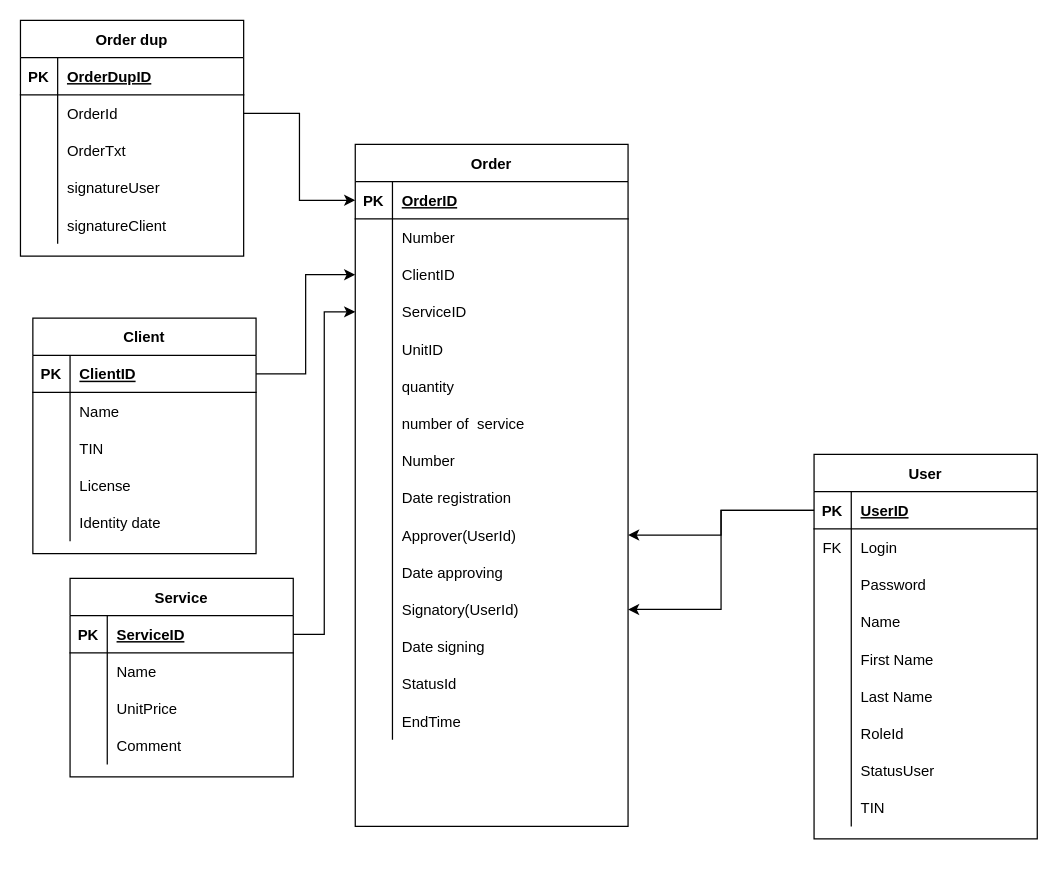
Earlier version of the draw.io diagram page "Aerogeodeziya Order det" (5 of 6) of Untitled Diagram.drawio (Ramizddin/Games). Source tidied: cells renumbered, new cells numbered last; positions are measured from the earlier drawing's top-left corner, leaving out a move shared by most shapes. Both pictures are drawn from the tidied source at 124%, with x=0, y=0 at pixel (20, 20).
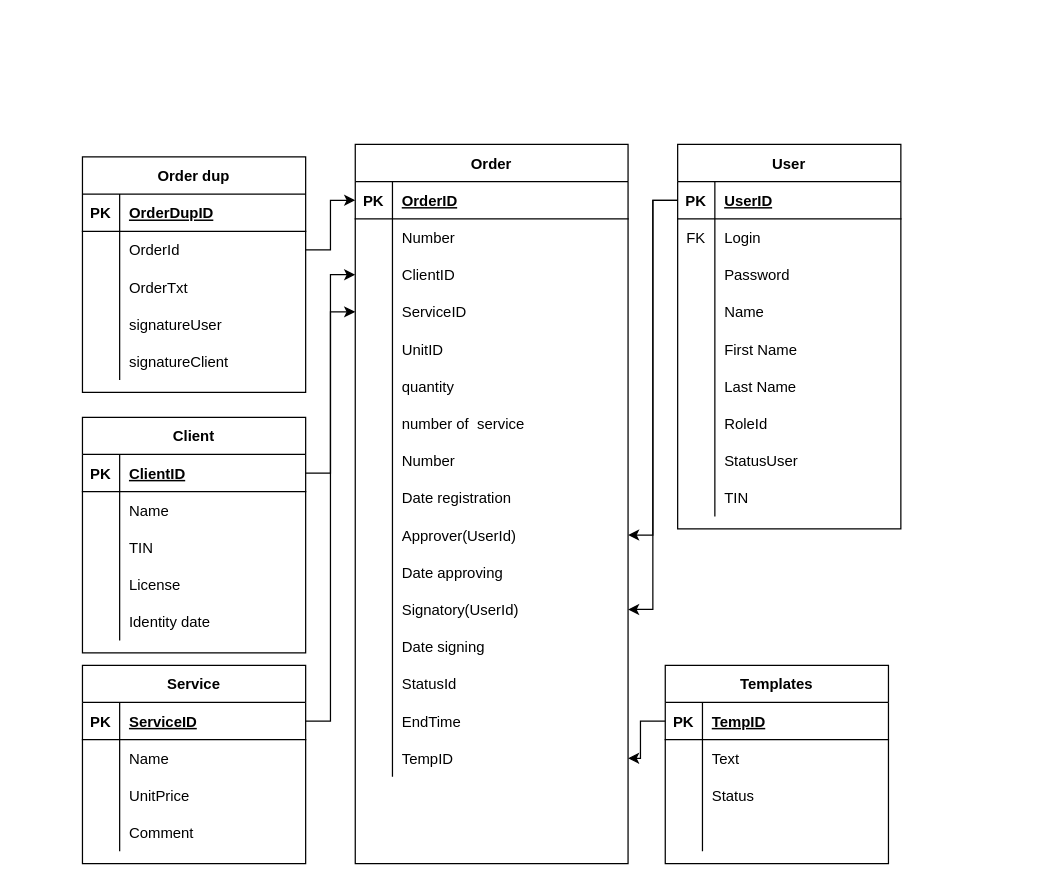
The same page after the edit.

Change to the diagram source:
```diff
@@
     <mxCell id="2" value="Client" style="shape=table;startSize=30;childLayout=tableLayout;rowLines=0;fontStyle=1;align=center;" parent="1" vertex="1">
-      <mxGeometry x="10" y="240" width="180" height="190" as="geometry" />
+      <mxGeometry x="50" y="320" width="180" height="190" as="geometry" />
     </mxCell>
@@
     <mxCell id="18" value="Service" style="shape=table;startSize=30;childLayout=tableLayout;rowLines=0;fontStyle=1;align=center;" parent="1" vertex="1">
-      <mxGeometry x="40" y="450" width="180" height="160" as="geometry" />
+      <mxGeometry x="50" y="520" width="180" height="160" as="geometry" />
     </mxCell>
@@
     <mxCell id="31" value="Order" style="shape=table;startSize=30;childLayout=tableLayout;rowLines=0;fontStyle=1;align=center;" parent="1" vertex="1">
-      <mxGeometry x="270" y="100" width="220" height="550" as="geometry" />
+      <mxGeometry x="270" y="100" width="220" height="580" as="geometry" />
     </mxCell>
@@
+    <mxCell id="126" style="shape=tableRow;horizontal=0;startSize=0;swimlaneHead=0;swimlaneBody=0;fillColor=none;points=[[0,0.5],[1,0.5]];portConstraint=eastwest;top=0;left=0;right=0;bottom=0;" parent="31" vertex="1">
+      <mxGeometry y="480" width="220" height="30" as="geometry" />
+    </mxCell>
+    <mxCell id="127" style="shape=partialRectangle;fillColor=none;top=0;left=0;bottom=0;right=0;overflow=hidden;" parent="126" vertex="1">
+      <mxGeometry width="30" height="30" as="geometry" />
+    </mxCell>
+    <mxCell id="128" value="TempID" style="shape=partialRectangle;fillColor=none;top=0;left=0;bottom=0;right=0;align=left;spacingLeft=6;overflow=hidden;" parent="126" vertex="1">
+      <mxGeometry x="30" width="190" height="30" as="geometry" />
+    </mxCell>
     <mxCell id="77" value="User" style="shape=table;startSize=30;childLayout=tableLayout;rowLines=0;fontStyle=1;align=center;" parent="1" vertex="1">
-      <mxGeometry x="640" y="350" width="180" height="310" as="geometry" />
+      <mxGeometry x="530" y="100" width="180" height="310" as="geometry" />
     </mxCell>
@@
     <mxCell id="105" value="Order dup" style="shape=table;startSize=30;childLayout=tableLayout;rowLines=0;fontStyle=1;align=center;" parent="1" vertex="1">
-      <mxGeometry width="180" height="190" as="geometry" />
+      <mxGeometry x="50" y="110" width="180" height="190" as="geometry" />
     </mxCell>
@@
+    <mxCell id="129" value="Templates" style="shape=table;startSize=30;childLayout=tableLayout;rowLines=0;fontStyle=1;align=center;" parent="1" vertex="1">
+      <mxGeometry x="520" y="520" width="180" height="160" as="geometry" />
+    </mxCell>
+    <mxCell id="130" style="shape=tableRow;horizontal=0;startSize=0;swimlaneHead=0;swimlaneBody=0;fillColor=none;points=[[0,0.5],[1,0.5]];portConstraint=eastwest;top=0;left=0;right=0;bottom=1;" parent="129" vertex="1">
+      <mxGeometry y="30" width="180" height="30" as="geometry" />
+    </mxCell>
+    <mxCell id="131" value="PK" style="shape=partialRectangle;fillColor=none;top=0;left=0;bottom=0;right=0;fontStyle=1;overflow=hidden;" parent="130" vertex="1">
+      <mxGeometry width="30" height="30" as="geometry" />
+    </mxCell>
+    <mxCell id="132" value="TempID" style="shape=partialRectangle;fillColor=none;top=0;left=0;bottom=0;right=0;align=left;spacingLeft=6;fontStyle=5;overflow=hidden;" parent="130" vertex="1">
+      <mxGeometry x="30" width="150" height="30" as="geometry" />
+    </mxCell>
+    <mxCell id="133" style="shape=tableRow;horizontal=0;startSize=0;swimlaneHead=0;swimlaneBody=0;fillColor=none;top=0;left=0;right=0;bottom=0;" parent="129" vertex="1">
+      <mxGeometry y="60" width="180" height="30" as="geometry" />
+    </mxCell>
+    <mxCell id="134" style="shape=partialRectangle;fillColor=none;top=0;left=0;bottom=0;right=0;overflow=hidden;" parent="133" vertex="1">
+      <mxGeometry width="30" height="30" as="geometry" />
+    </mxCell>
+    <mxCell id="135" value="Text" style="shape=partialRectangle;fillColor=none;top=0;left=0;bottom=0;right=0;align=left;spacingLeft=6;overflow=hidden;" parent="133" vertex="1">
+      <mxGeometry x="30" width="150" height="30" as="geometry" />
+    </mxCell>
+    <mxCell id="136" style="shape=tableRow;horizontal=0;startSize=0;swimlaneHead=0;swimlaneBody=0;fillColor=none;top=0;left=0;right=0;bottom=0;" parent="129" vertex="1">
+      <mxGeometry y="90" width="180" height="30" as="geometry" />
+    </mxCell>
+    <mxCell id="137" style="shape=partialRectangle;fillColor=none;top=0;left=0;bottom=0;right=0;overflow=hidden;" parent="136" vertex="1">
+      <mxGeometry width="30" height="30" as="geometry" />
+    </mxCell>
+    <mxCell id="138" value="Status" style="shape=partialRectangle;fillColor=none;top=0;left=0;bottom=0;right=0;align=left;spacingLeft=6;overflow=hidden;" parent="136" vertex="1">
+      <mxGeometry x="30" width="150" height="30" as="geometry" />
+    </mxCell>
+    <mxCell id="139" style="shape=tableRow;horizontal=0;startSize=0;swimlaneHead=0;swimlaneBody=0;fillColor=none;top=0;left=0;right=0;bottom=0;" parent="129" vertex="1">
+      <mxGeometry y="120" width="180" height="30" as="geometry" />
+    </mxCell>
+    <mxCell id="140" style="shape=partialRectangle;fillColor=none;top=0;left=0;bottom=0;right=0;overflow=hidden;" parent="139" vertex="1">
+      <mxGeometry width="30" height="30" as="geometry" />
+    </mxCell>
+    <mxCell id="141" style="shape=partialRectangle;fillColor=none;top=0;left=0;bottom=0;right=0;align=left;spacingLeft=6;overflow=hidden;" parent="139" vertex="1">
+      <mxGeometry x="30" width="150" height="30" as="geometry" />
+    </mxCell>
+    <mxCell id="142" style="edgeStyle=orthogonalEdgeStyle;rounded=0;jettySize=auto;html=1;exitX=0;exitY=0.5;exitDx=0;exitDy=0;" parent="1" edge="1" source="130" target="126">
+      <mxGeometry relative="1" as="geometry" />
+    </mxCell>
```
